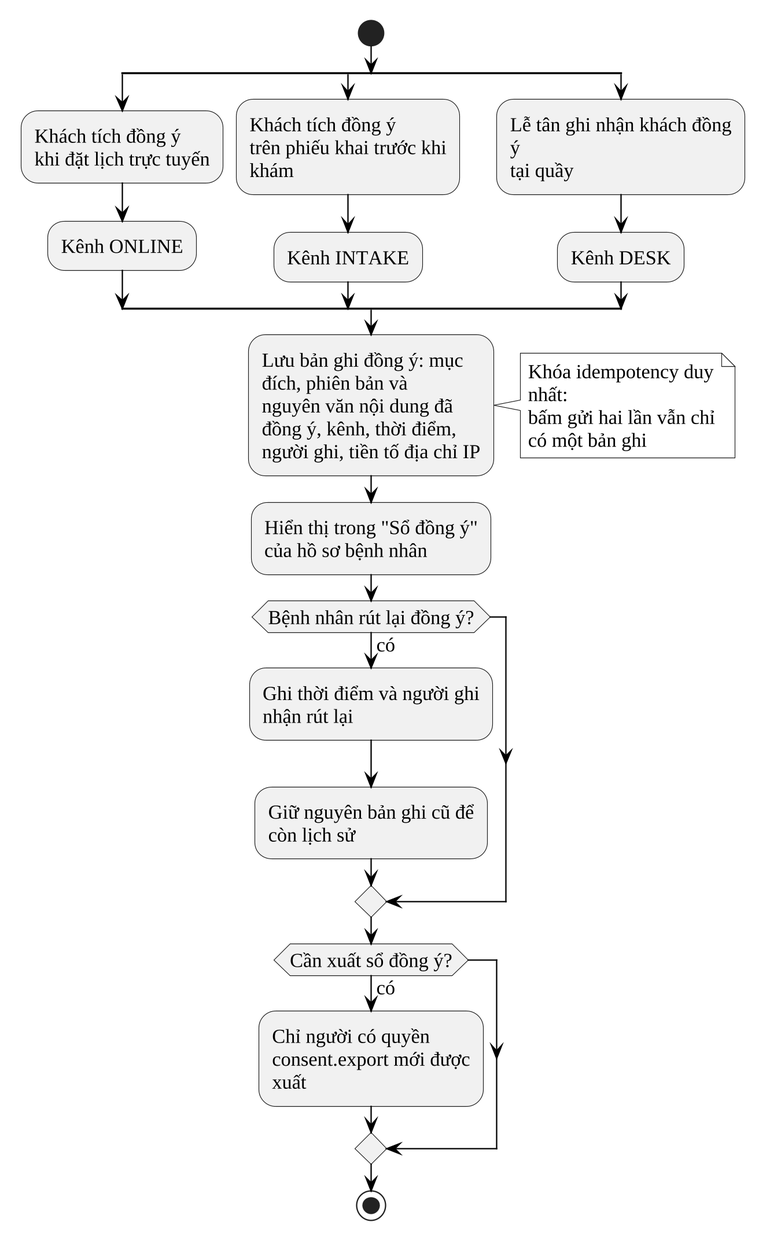
Before: docs/10_Thesis/bao-cao/hinh/3-25-hoat-dong-dong-y.png, a diagram exported from PlantUML (Trantuan0310/dental-clinic-nestjs-react).
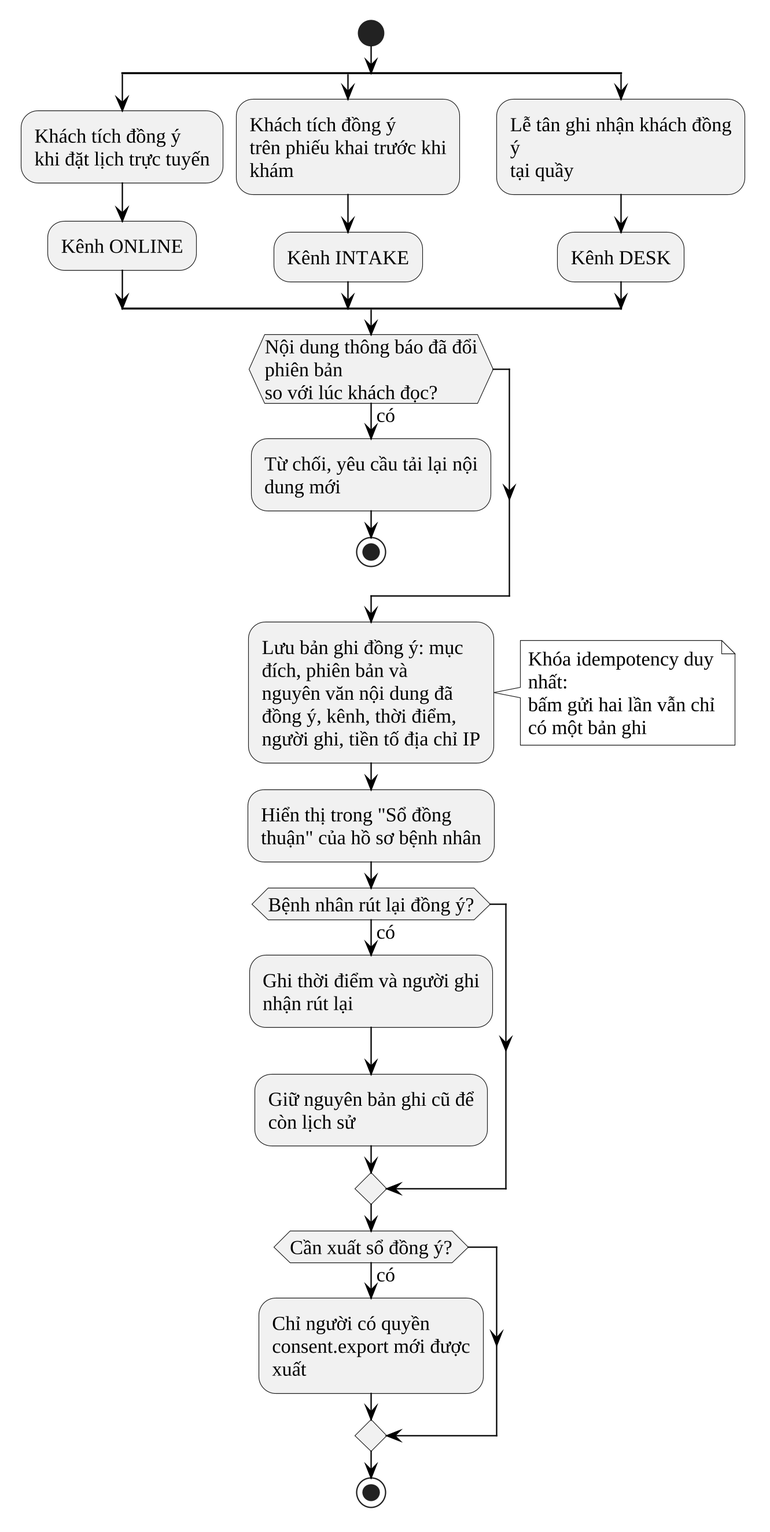
After the commit.

Commit message:
docs(thesis): sửa biểu đồ kho và đồng thuận theo đúng mã

Change to the diagram source:
```diff
@@ -11,13 +11,17 @@
   :Lễ tân ghi nhận khách đồng ý\ntại quầy;
   :Kênh DESK;
 end split
+if (Nội dung thông báo đã đổi phiên bản\nso với lúc khách đọc?) then (có)
+  :Từ chối, yêu cầu tải lại nội dung mới;
+  stop
+endif
 :Lưu bản ghi đồng ý: mục đích, phiên bản và\nnguyên văn nội dung đã đồng ý, kênh, thời điểm,\nngười ghi, tiền tố địa chỉ IP;
 note right
   Khóa idempotency duy nhất:
   bấm gửi hai lần vẫn chỉ
   có một bản ghi
 end note
-:Hiển thị trong "Sổ đồng ý" của hồ sơ bệnh nhân;
+:Hiển thị trong "Sổ đồng thuận" của hồ sơ bệnh nhân;
 if (Bệnh nhân rút lại đồng ý?) then (có)
   :Ghi thời điểm và người ghi nhận rút lại;
   :Giữ nguyên bản ghi cũ để còn lịch sử;
```
